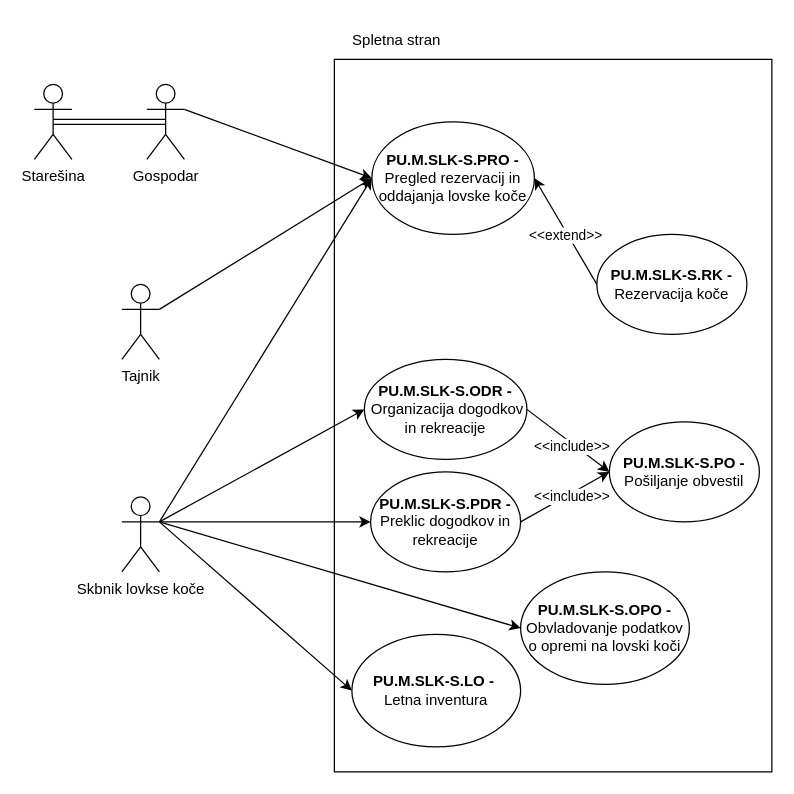
Above: Skrbnistvo lovskih koc-Spletna aplikacija.drawio in ErnestISv/Lovstvo (draw.io), before the change. Source tidied: cells renumbered, new cells numbered last; positions are measured from the earlier drawing's top-left corner, leaving out a move shared by most shapes. Both pictures are drawn from the tidied source at 125%, with x=0, y=0 at pixel (34, 21).
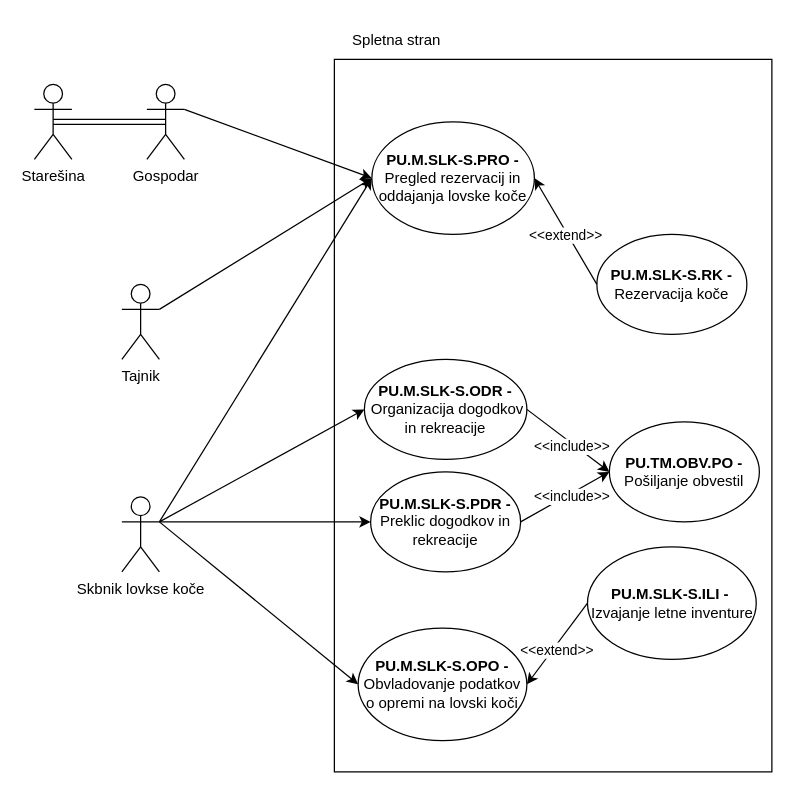
The same page after the edit.

Unchanged cells that the change refers to:
```xml
<mxCell id="3" value="Skbnik lovkse koče" style="shape=umlActor;verticalLabelPosition=bottom;verticalAlign=top;html=1;outlineConnect=0;" parent="1" vertex="1">
  <mxGeometry x="70" y="380" width="30" height="60" as="geometry" />
</mxCell>
```

What changed in the source:
```diff
@@
     <mxCell id="7" value="&lt;b&gt;PU.M.SLK-S.OPO -&lt;/b&gt; Obvladovanje podatkov o opremi na lovski koči" style="ellipse;whiteSpace=wrap;html=1;" parent="1" vertex="1">
-      <mxGeometry x="389" y="440" width="135" height="90" as="geometry" />
+      <mxGeometry x="259" y="485" width="135" height="90" as="geometry" />
     </mxCell>
-    <mxCell id="8" value="&lt;b&gt;PU.M.SLK-S.PO -&lt;/b&gt; Pošiljanje obvestil" style="ellipse;whiteSpace=wrap;html=1;" parent="1" vertex="1">
+    <mxCell id="8" value="&lt;b&gt;PU.TM.OBV.PO -&lt;/b&gt; Pošiljanje obvestil" style="ellipse;whiteSpace=wrap;html=1;" parent="1" vertex="1">
       <mxGeometry x="460" y="320" width="120" height="80" as="geometry" />
     </mxCell>
@@
-    <mxCell id="25" value="&lt;b&gt;PU.M.SLK-S.LO -&lt;/b&gt;&amp;nbsp;&lt;div&gt;Letna inventura&lt;/div&gt;" style="ellipse;whiteSpace=wrap;html=1;" parent="1" vertex="1">
-      <mxGeometry x="254" y="490" width="135" height="90" as="geometry" />
+    <mxCell id="25" value="&lt;b&gt;PU.M.SLK-S.ILI -&lt;/b&gt;&amp;nbsp;&lt;div&gt;Izvajanje letne inventure&lt;/div&gt;" style="ellipse;whiteSpace=wrap;html=1;" parent="1" vertex="1">
+      <mxGeometry x="442.5" y="420" width="135" height="90" as="geometry" />
     </mxCell>
-    <mxCell id="26" style="endArrow=classic;html=1;rounded=0;exitX=1;exitY=0.3333333333333333;exitDx=0;exitDy=0;exitPerimeter=0;entryX=0;entryY=0.5;entryDx=0;entryDy=0;" parent="1" edge="1" source="3" target="25">
+    <mxCell id="26" style="endArrow=classic;html=1;rounded=0;entryX=1;entryY=0.5;entryDx=0;entryDy=0;exitX=0;exitY=0.5;exitDx=0;exitDy=0;" parent="1" edge="1" source="25" target="7">
       <mxGeometry relative="1" as="geometry" />
     </mxCell>
+    <mxCell id="29" value="&amp;lt;&amp;lt;extend&amp;gt;&amp;gt;" style="edgeLabel;html=1;align=center;verticalAlign=middle;" parent="26" vertex="1">
+      <mxGeometry x="0.11" y="3" relative="1" as="geometry" />
+    </mxCell>
```
